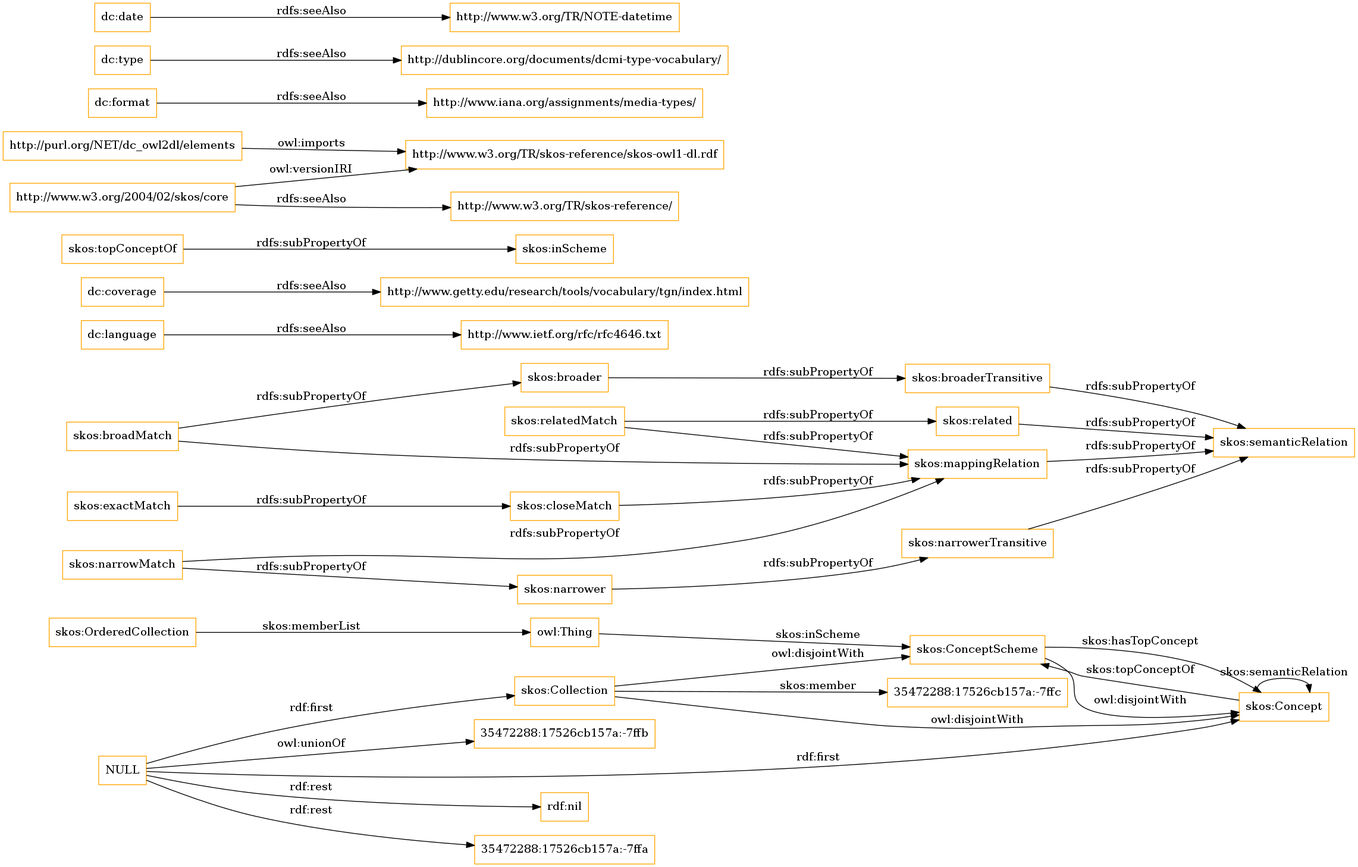
Above: OnToology/imports/elements.owl/diagrams/ar2dtool-class/elements.owl.png in OnToologyUser/core-ontology-1 (Graphviz), before the change. Its source is kept beside it as OnToology/imports/elements.owl/diagrams/ar2dtool-class/elements.owl.png.dot.
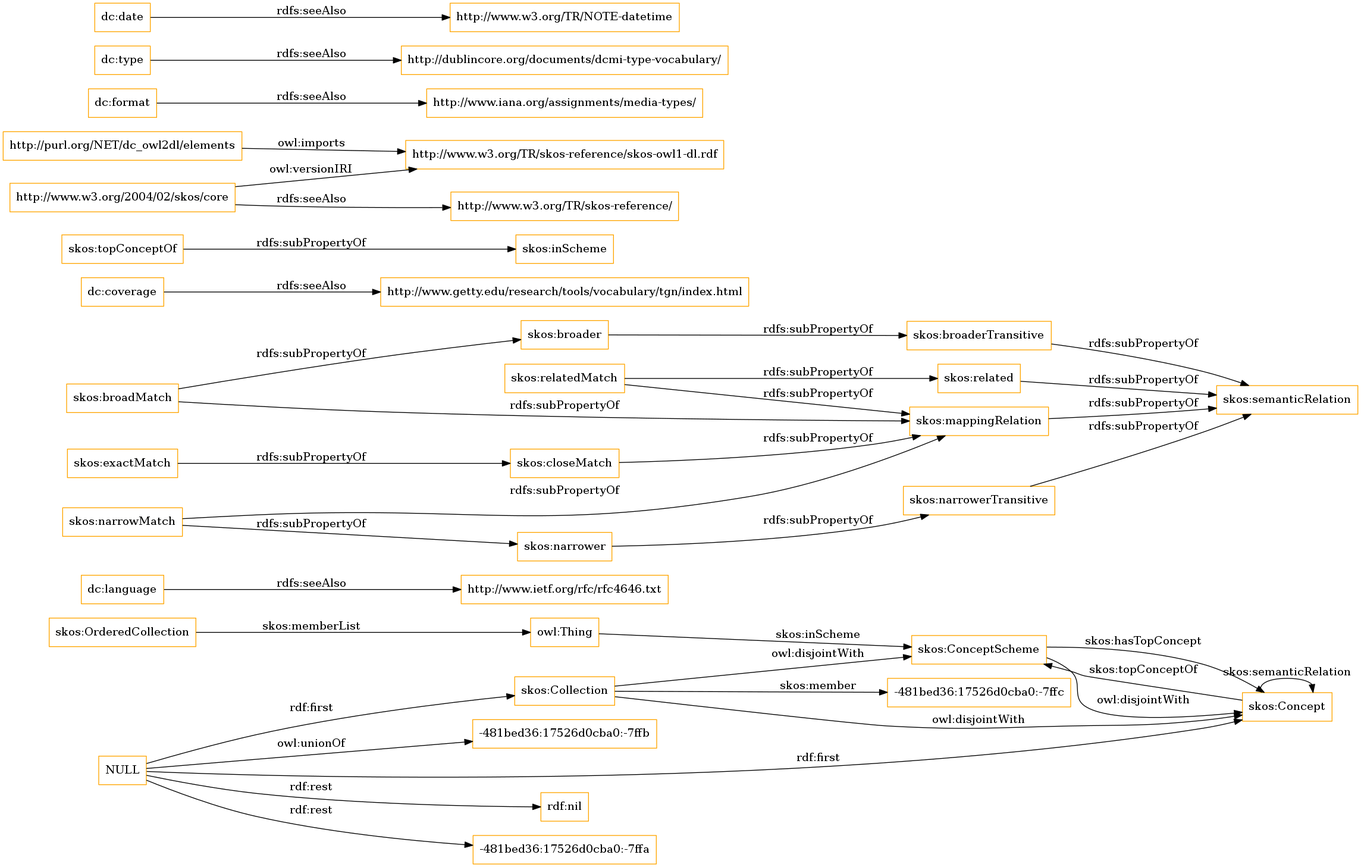
Later version of the same file.

Change to the diagram source:
```diff
@@ -1,9 +1,13 @@
 digraph ar2dtool_diagram {
 rankdir=LR;
 size="1501"
-node [shape = rectangle, color="orange"]; "35472288:17526cb157a:-7ffc" "skos:OrderedCollection" "skos:Collection" "skos:ConceptScheme" "skos:Concept" ; /*classes style*/
-	"skos:narrowerTransitive" -> "skos:semanticRelation" [ label = "rdfs:subPropertyOf" ];
+node [shape = rectangle, color="orange"]; "-481bed36:17526d0cba0:-7ffc" "skos:OrderedCollection" "skos:Collection" "skos:ConceptScheme" "skos:Concept" ; /*classes style*/
 	"dc:language" -> "http://www.ietf.org/rfc/rfc4646.txt" [ label = "rdfs:seeAlso" ];
+	"NULL" -> "rdf:nil" [ label = "rdf:rest" ];
+	"NULL" -> "skos:Collection" [ label = "rdf:first" ];
+	"NULL" -> "-481bed36:17526d0cba0:-7ffa" [ label = "rdf:rest" ];
+	"NULL" -> "skos:Concept" [ label = "rdf:first" ];
+	"NULL" -> "-481bed36:17526d0cba0:-7ffb" [ label = "owl:unionOf" ];
 	"skos:closeMatch" -> "skos:mappingRelation" [ label = "rdfs:subPropertyOf" ];
 	"dc:coverage" -> "http://www.getty.edu/research/tools/vocabulary/tgn/index.html" [ label = "rdfs:seeAlso" ];
 	"skos:relatedMatch" -> "skos:related" [ label = "rdfs:subPropertyOf" ];
@@ -28,15 +32,11 @@
 	"skos:narrowMatch" -> "skos:mappingRelation" [ label = "rdfs:subPropertyOf" ];
 	"skos:narrower" -> "skos:narrowerTransitive" [ label = "rdfs:subPropertyOf" ];
 	"dc:date" -> "http://www.w3.org/TR/NOTE-datetime" [ label = "rdfs:seeAlso" ];
-	"NULL" -> "rdf:nil" [ label = "rdf:rest" ];
-	"NULL" -> "skos:Collection" [ label = "rdf:first" ];
-	"NULL" -> "35472288:17526cb157a:-7ffa" [ label = "rdf:rest" ];
-	"NULL" -> "skos:Concept" [ label = "rdf:first" ];
-	"NULL" -> "35472288:17526cb157a:-7ffb" [ label = "owl:unionOf" ];
+	"skos:narrowerTransitive" -> "skos:semanticRelation" [ label = "rdfs:subPropertyOf" ];
 	"skos:OrderedCollection" -> "owl:Thing" [ label = "skos:memberList" ];
 	"skos:Concept" -> "skos:ConceptScheme" [ label = "skos:topConceptOf" ];
 	"skos:Concept" -> "skos:Concept" [ label = "skos:semanticRelation" ];
-	"skos:Collection" -> "35472288:17526cb157a:-7ffc" [ label = "skos:member" ];
+	"skos:Collection" -> "-481bed36:17526d0cba0:-7ffc" [ label = "skos:member" ];
 	"skos:ConceptScheme" -> "skos:Concept" [ label = "skos:hasTopConcept" ];
 	"owl:Thing" -> "skos:ConceptScheme" [ label = "skos:inScheme" ];
 
```
